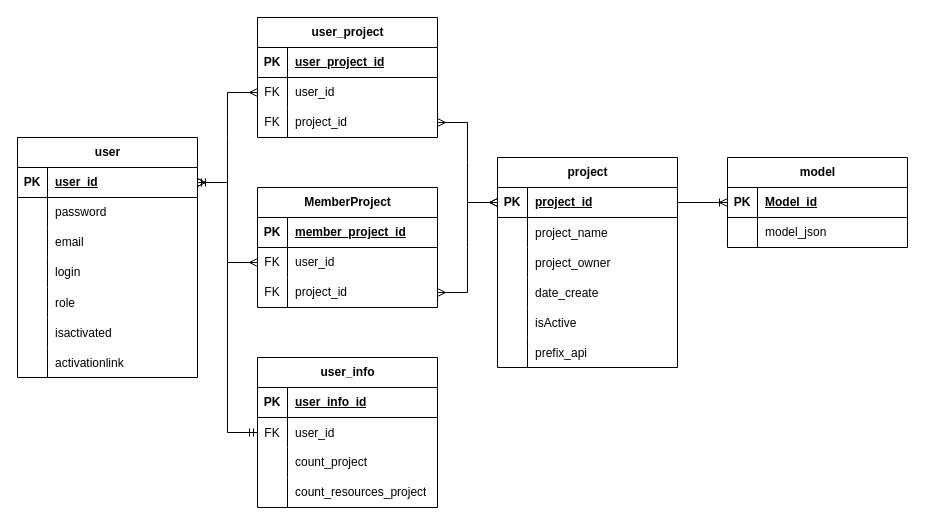
The draw.io diagram page "БД" (1 of 6) of database.drawio in Gabdula/MockApiService, before the edit. Source tidied: cells renumbered, new cells numbered last; positions are measured from the earlier drawing's top-left corner, leaving out a move shared by most shapes. Both pictures are drawn from the tidied source at 100%, with x=0, y=0 at pixel (17, 17).
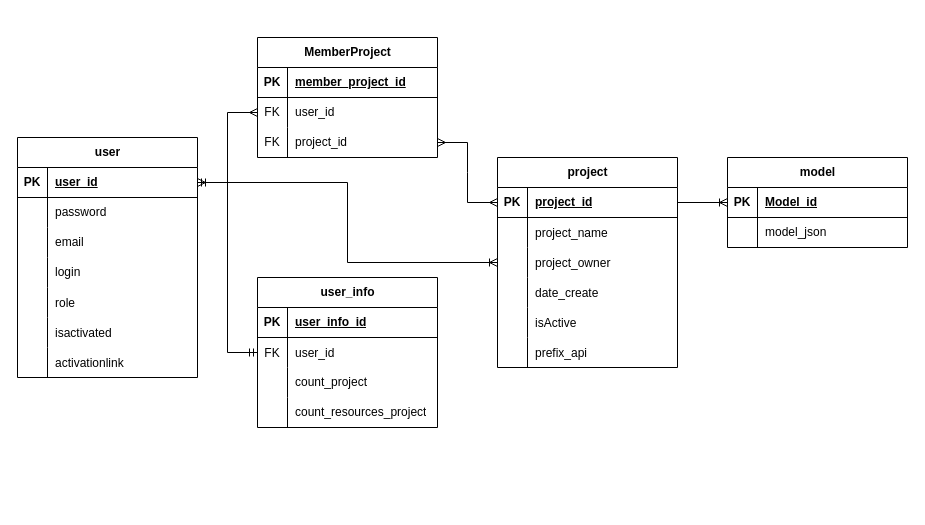
After the change.

Unchanged cells that the change refers to:
```xml
<mxCell id="3" style="shape=tableRow;horizontal=0;startSize=0;swimlaneHead=0;swimlaneBody=0;fillColor=none;points=[[0,0.5],[1,0.5]];portConstraint=eastwest;top=0;left=0;right=0;bottom=1;" parent="2" vertex="1">
  <mxGeometry y="30" width="180" height="30" as="geometry" />
</mxCell>
<mxCell id="25" style="shape=tableRow;horizontal=0;startSize=0;swimlaneHead=0;swimlaneBody=0;fillColor=none;points=[[0,0.5],[1,0.5]];portConstraint=eastwest;top=0;left=0;right=0;bottom=1;" parent="24" vertex="1">
  <mxGeometry y="30" width="180" height="30" as="geometry" />
</mxCell>
<mxCell id="31" style="shape=tableRow;horizontal=0;startSize=0;swimlaneHead=0;swimlaneBody=0;fillColor=none;points=[[0,0.5],[1,0.5]];portConstraint=eastwest;top=0;left=0;right=0;bottom=0;" parent="24" vertex="1">
  <mxGeometry y="90" width="180" height="30" as="geometry" />
</mxCell>
```

Diff of the diagram source:
```diff
@@
-    <mxCell id="50" value="user_project" style="shape=table;startSize=30;childLayout=tableLayout;rowLines=0;fontStyle=1;align=center;html=1;" parent="1" vertex="1">
-      <mxGeometry x="240" width="180" height="120" as="geometry" />
-    </mxCell>
-    <mxCell id="51" style="shape=tableRow;horizontal=0;startSize=0;swimlaneHead=0;swimlaneBody=0;fillColor=none;top=0;left=0;right=0;bottom=1;" parent="50" vertex="1">
-      <mxGeometry y="30" width="180" height="30" as="geometry" />
-    </mxCell>
-    <mxCell id="52" value="PK" style="shape=partialRectangle;fillColor=none;top=0;left=0;bottom=0;right=0;fontStyle=1;overflow=hidden;whiteSpace=wrap;html=1;" parent="51" vertex="1">
-      <mxGeometry width="30" height="30" as="geometry" />
-    </mxCell>
-    <mxCell id="53" value="user_project_id" style="shape=partialRectangle;fillColor=none;top=0;left=0;bottom=0;right=0;align=left;spacingLeft=6;fontStyle=5;overflow=hidden;whiteSpace=wrap;html=1;" parent="51" vertex="1">
-      <mxGeometry x="30" width="150" height="30" as="geometry" />
-    </mxCell>
-    <mxCell id="54" style="shape=tableRow;horizontal=0;startSize=0;swimlaneHead=0;swimlaneBody=0;fillColor=none;points=[[0,0.5],[1,0.5]];portConstraint=eastwest;top=0;left=0;right=0;bottom=0;" parent="50" vertex="1">
-      <mxGeometry y="60" width="180" height="30" as="geometry" />
-    </mxCell>
-    <mxCell id="55" value="FK" style="shape=partialRectangle;fillColor=none;top=0;left=0;bottom=0;right=0;overflow=hidden;whiteSpace=wrap;html=1;" parent="54" vertex="1">
-      <mxGeometry width="30" height="30" as="geometry" />
-    </mxCell>
-    <mxCell id="56" value="user_id" style="shape=partialRectangle;fillColor=none;top=0;left=0;bottom=0;right=0;align=left;spacingLeft=6;overflow=hidden;whiteSpace=wrap;html=1;" parent="54" vertex="1">
-      <mxGeometry x="30" width="150" height="30" as="geometry" />
-    </mxCell>
-    <mxCell id="57" style="shape=tableRow;horizontal=0;startSize=0;swimlaneHead=0;swimlaneBody=0;fillColor=none;points=[[0,0.5],[1,0.5]];portConstraint=eastwest;top=0;left=0;right=0;bottom=0;" parent="50" vertex="1">
-      <mxGeometry y="90" width="180" height="30" as="geometry" />
-    </mxCell>
-    <mxCell id="58" value="FK" style="shape=partialRectangle;fillColor=none;top=0;left=0;bottom=0;right=0;overflow=hidden;whiteSpace=wrap;html=1;" parent="57" vertex="1">
-      <mxGeometry width="30" height="30" as="geometry" />
-    </mxCell>
-    <mxCell id="59" value="project_id" style="shape=partialRectangle;fillColor=none;top=0;left=0;bottom=0;right=0;align=left;spacingLeft=6;overflow=hidden;whiteSpace=wrap;html=1;" parent="57" vertex="1">
-      <mxGeometry x="30" width="150" height="30" as="geometry" />
-    </mxCell>
-    <mxCell id="60" style="edgeStyle=entityRelationEdgeStyle;fontSize=12;html=1;endArrow=ERmany;startArrow=ERmany;rounded=0;exitX=1;exitY=0.5;exitDx=0;exitDy=0;entryX=0;entryY=0.5;entryDx=0;entryDy=0;" parent="1" edge="1" source="3" target="54">
-      <mxGeometry relative="1" as="geometry" />
-    </mxCell>
-    <mxCell id="61" style="edgeStyle=entityRelationEdgeStyle;fontSize=12;html=1;endArrow=ERmany;startArrow=ERmany;rounded=0;entryX=0;entryY=0.5;entryDx=0;entryDy=0;exitX=1;exitY=0.5;exitDx=0;exitDy=0;" parent="1" edge="1" source="57" target="25">
-      <mxGeometry relative="1" as="geometry" />
-    </mxCell>
     <mxCell id="62" value="MemberProject" style="shape=table;startSize=30;childLayout=tableLayout;rowLines=0;fontStyle=1;align=center;html=1;" parent="1" vertex="1">
-      <mxGeometry x="240" y="170" width="180" height="120" as="geometry" />
+      <mxGeometry x="240" y="20" width="180" height="120" as="geometry" />
     </mxCell>
@@
     <mxCell id="74" value="user_info" style="shape=table;startSize=30;childLayout=tableLayout;rowLines=0;fontStyle=1;align=center;html=1;" parent="1" vertex="1">
-      <mxGeometry x="240" y="340" width="180" height="150" as="geometry" />
+      <mxGeometry x="240" y="260" width="180" height="150" as="geometry" />
     </mxCell>
@@
+    <mxCell id="89" style="edgeStyle=orthogonalEdgeStyle;fontSize=12;html=1;endArrow=ERoneToMany;rounded=0;exitX=1;exitY=0.5;exitDx=0;exitDy=0;entryX=0;entryY=0.5;entryDx=0;entryDy=0;" parent="1" edge="1" source="3" target="31">
+      <mxGeometry relative="1" as="geometry" />
+    </mxCell>
```
